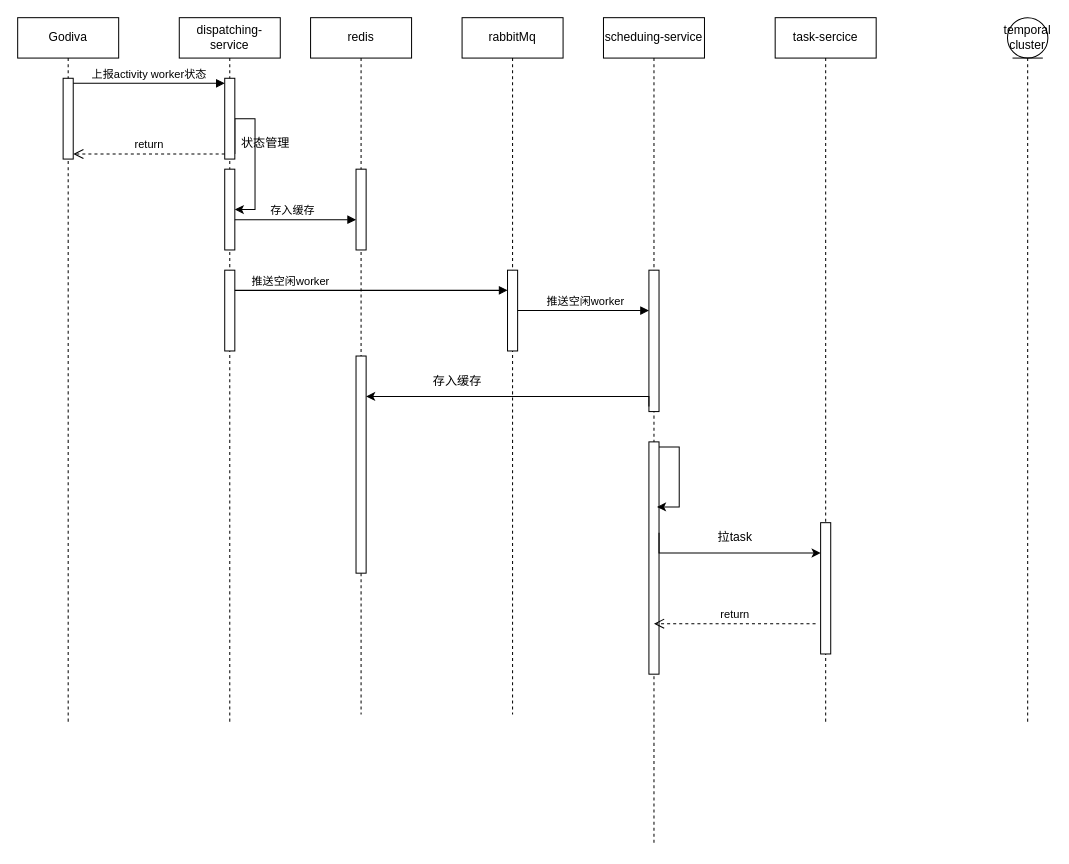
Above: 分布式任务下发.drawio in DSkyrim/draw (draw.io), before the change. Source tidied: cells renumbered, new cells numbered last; positions are measured from the earlier drawing's top-left corner, leaving out a move shared by most shapes. Both pictures are drawn from the tidied source at 101%, with x=0, y=0 at pixel (17, 17).
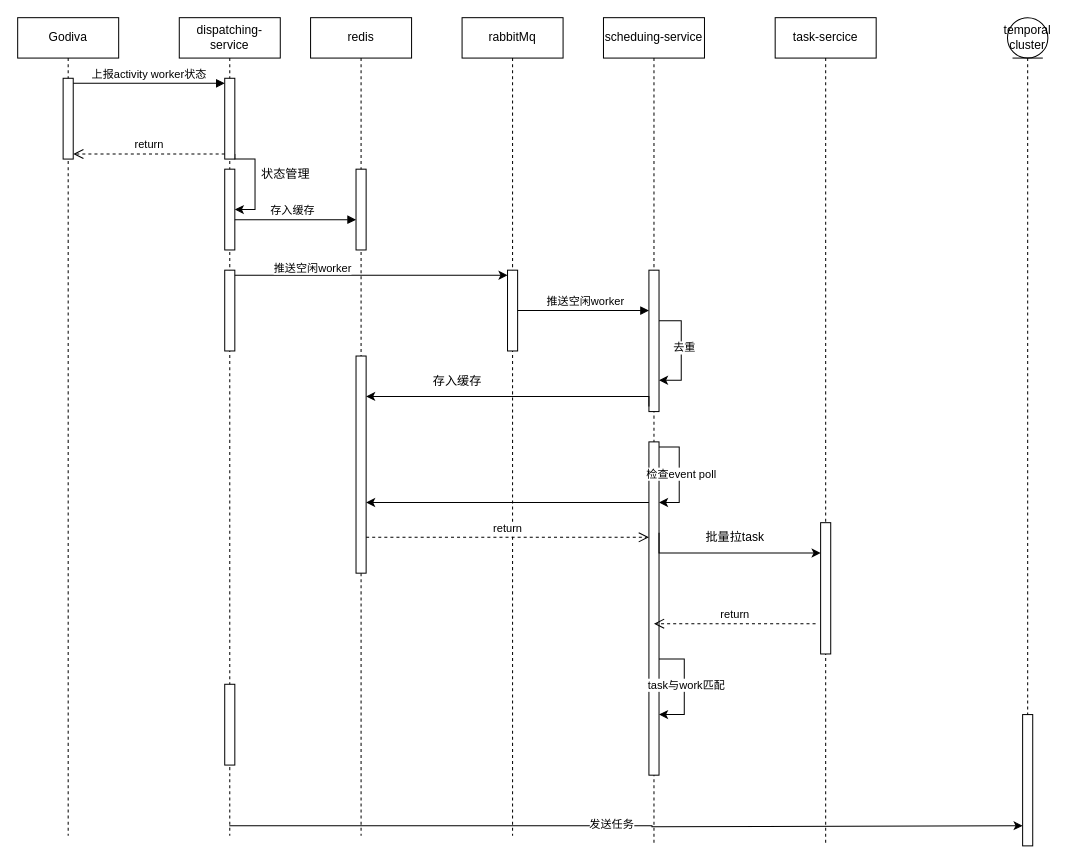
After the change.

Commit message:
更新分布式任务下发.drawio

The change refers to these unchanged cells:
```xml
<mxCell id="6" style="html=1;points=[[0,0,0,0,5],[0,1,0,0,-5],[1,0,0,0,5],[1,1,0,0,-5]];perimeter=orthogonalPerimeter;outlineConnect=0;targetShapes=umlLifeline;portConstraint=eastwest;newEdgeStyle={&quot;curved&quot;:0,&quot;rounded&quot;:0};" parent="4" vertex="1">
  <mxGeometry x="45" y="60" width="10" height="80" as="geometry" />
</mxCell>
<mxCell id="7" style="html=1;points=[[0,0,0,0,5],[0,1,0,0,-5],[1,0,0,0,5],[1,1,0,0,-5]];perimeter=orthogonalPerimeter;outlineConnect=0;targetShapes=umlLifeline;portConstraint=eastwest;newEdgeStyle={&quot;curved&quot;:0,&quot;rounded&quot;:0};" parent="4" vertex="1">
  <mxGeometry x="45" y="250" width="10" height="80" as="geometry" />
</mxCell>
<mxCell id="8" style="html=1;points=[[0,0,0,0,5],[0,1,0,0,-5],[1,0,0,0,5],[1,1,0,0,-5]];perimeter=orthogonalPerimeter;outlineConnect=0;targetShapes=umlLifeline;portConstraint=eastwest;newEdgeStyle={&quot;curved&quot;:0,&quot;rounded&quot;:0};" parent="4" vertex="1">
  <mxGeometry x="45" y="150" width="10" height="80" as="geometry" />
</mxCell>
<mxCell id="9" value="scheduing-service" style="shape=umlLifeline;perimeter=lifelinePerimeter;whiteSpace=wrap;html=1;newEdgeStyle={&quot;curved&quot;:0,&quot;rounded&quot;:0};" parent="1" vertex="1">
  <mxGeometry x="580" width="100" height="820" as="geometry" />
</mxCell>
<mxCell id="10" style="html=1;points=[[0,0,0,0,5],[0,1,0,0,-5],[1,0,0,0,5],[1,1,0,0,-5]];perimeter=orthogonalPerimeter;outlineConnect=0;targetShapes=umlLifeline;portConstraint=eastwest;newEdgeStyle={&quot;curved&quot;:0,&quot;rounded&quot;:0};" parent="9" vertex="1">
  <mxGeometry x="45" y="250" width="10" height="140" as="geometry" />
</mxCell>
<mxCell id="24" style="html=1;points=[[0,0,0,0,5],[0,1,0,0,-5],[1,0,0,0,5],[1,1,0,0,-5]];perimeter=orthogonalPerimeter;outlineConnect=0;targetShapes=umlLifeline;portConstraint=eastwest;newEdgeStyle={&quot;curved&quot;:0,&quot;rounded&quot;:0};" parent="23" vertex="1">
  <mxGeometry x="45" y="250" width="10" height="80" as="geometry" />
</mxCell>
```

Diff of the diagram source:
```diff
@@
     <mxCell id="2" value="Godiva" style="shape=umlLifeline;perimeter=lifelinePerimeter;whiteSpace=wrap;html=1;newEdgeStyle={&quot;curved&quot;:0,&quot;rounded&quot;:0};" parent="1" vertex="1">
-      <mxGeometry width="100" height="700" as="geometry" />
+      <mxGeometry width="100" height="810" as="geometry" />
     </mxCell>
@@
     <mxCell id="4" value="dispatching-service" style="shape=umlLifeline;perimeter=lifelinePerimeter;whiteSpace=wrap;html=1;outlineConnect=0;portConstraint=eastwest;newEdgeStyle={&quot;curved&quot;:0,&quot;rounded&quot;:0};" parent="1" vertex="1">
-      <mxGeometry x="160" width="100" height="700" as="geometry" />
+      <mxGeometry x="160" width="100" height="810" as="geometry" />
     </mxCell>
     <mxCell id="5" style="edgeStyle=orthogonalEdgeStyle;rounded=0;jettySize=auto;html=1;curved=0;exitX=1;exitY=1;exitDx=0;exitDy=-5;exitPerimeter=0;" parent="4" edge="1" source="6" target="8">
       <mxGeometry relative="1" as="geometry">
         <Array as="points">
-          <mxPoint x="55" y="100" />
-          <mxPoint x="75" y="100" />
+          <mxPoint x="55" y="140" />
+          <mxPoint x="75" y="140" />
           <mxPoint x="75" y="190" />
         </Array>
       </mxGeometry>
     </mxCell>
@@
+    <mxCell id="35" style="html=1;perimeter=orthogonalPerimeter;targetShapes=umlLifeline;newEdgeStyle={&quot;curved&quot;:0,&quot;rounded&quot;:0};" parent="4" vertex="1">
+      <mxGeometry x="45" y="660" width="10" height="80" as="geometry" />
+    </mxCell>
@@
     <mxCell id="11" style="html=1;points=[[0,0,0,0,5],[0,1,0,0,-5],[1,0,0,0,5],[1,1,0,0,-5]];perimeter=orthogonalPerimeter;outlineConnect=0;targetShapes=umlLifeline;portConstraint=eastwest;newEdgeStyle={&quot;curved&quot;:0,&quot;rounded&quot;:0};" parent="9" vertex="1">
-      <mxGeometry x="45" y="420" width="10" height="230" as="geometry" />
+      <mxGeometry x="45" y="420" width="10" height="330" as="geometry" />
     </mxCell>
-    <mxCell id="12" style="edgeStyle=orthogonalEdgeStyle;rounded=0;orthogonalLoop=1;jettySize=auto;html=1;curved=0;exitX=1;exitY=0;exitDx=0;exitDy=5;exitPerimeter=0;entryX=0.8;entryY=0.28;entryDx=0;entryDy=0;entryPerimeter=0;" parent="9" edge="1" source="11" target="11">
-      <mxGeometry relative="1" as="geometry" />
+    <mxCell id="12" style="edgeStyle=orthogonalEdgeStyle;rounded=0;orthogonalLoop=1;jettySize=auto;html=1;curved=0;" parent="9" edge="1" source="10" target="10">
+      <mxGeometry relative="1" as="geometry">
+        <Array as="points">
+          <mxPoint x="77" y="300" />
+          <mxPoint x="77" y="359" />
+        </Array>
+      </mxGeometry>
     </mxCell>
+    <mxCell id="36" value="去重" style="edgeLabel;html=1;align=center;verticalAlign=middle;" parent="12" vertex="1">
+      <mxGeometry x="-0.06" y="2" relative="1" as="geometry" />
+    </mxCell>
+    <mxCell id="37" style="edgeStyle=orthogonalEdgeStyle;rounded=0;orthogonalLoop=1;jettySize=auto;html=1;curved=0;exitX=1;exitY=0;exitDx=0;exitDy=5;exitPerimeter=0;" parent="9" edge="1" source="11" target="11">
+      <mxGeometry relative="1" as="geometry">
+        <Array as="points">
+          <mxPoint x="75" y="425" />
+          <mxPoint x="75" y="480" />
+        </Array>
+      </mxGeometry>
+    </mxCell>
+    <mxCell id="38" value="检查event poll" style="edgeLabel;html=1;align=center;verticalAlign=middle;" parent="37" vertex="1">
+      <mxGeometry x="-0.04" y="1" relative="1" as="geometry" />
+    </mxCell>
+    <mxCell id="39" style="edgeStyle=orthogonalEdgeStyle;rounded=0;orthogonalLoop=1;jettySize=auto;html=1;curved=0;" parent="9" edge="1" source="11" target="11">
+      <mxGeometry relative="1" as="geometry">
+        <Array as="points">
+          <mxPoint x="80" y="635" />
+          <mxPoint x="80" y="690" />
+        </Array>
+      </mxGeometry>
+    </mxCell>
+    <mxCell id="40" value="task与work匹配" style="edgeLabel;html=1;align=center;verticalAlign=middle;" parent="39" vertex="1">
+      <mxGeometry x="-0.04" y="1" relative="1" as="geometry" />
+    </mxCell>
     <mxCell id="13" value="task-sercice" style="shape=umlLifeline;perimeter=lifelinePerimeter;whiteSpace=wrap;html=1;newEdgeStyle={&quot;curved&quot;:0,&quot;rounded&quot;:0};" parent="1" vertex="1">
-      <mxGeometry x="750" width="100" height="700" as="geometry" />
+      <mxGeometry x="750" width="100" height="820" as="geometry" />
     </mxCell>
@@
     <mxCell id="15" value="temporal cluster" style="shape=umlLifeline;perimeter=lifelinePerimeter;whiteSpace=wrap;html=1;newEdgeStyle={&quot;curved&quot;:0,&quot;rounded&quot;:0};participant=umlEntity;" parent="1" vertex="1">
-      <mxGeometry x="980" width="40" height="700" as="geometry" />
+      <mxGeometry x="980" width="40" height="820" as="geometry" />
     </mxCell>
+    <mxCell id="41" style="html=1;perimeter=orthogonalPerimeter;targetShapes=umlLifeline;newEdgeStyle={&quot;curved&quot;:0,&quot;rounded&quot;:0};" parent="15" vertex="1">
+      <mxGeometry x="15" y="690" width="10" height="130" as="geometry" />
+    </mxCell>
     <mxCell id="16" value="redis" style="shape=umlLifeline;perimeter=lifelinePerimeter;whiteSpace=wrap;html=1;newEdgeStyle={&quot;curved&quot;:0,&quot;rounded&quot;:0};" parent="1" vertex="1">
-      <mxGeometry x="290" width="100" height="690" as="geometry" />
+      <mxGeometry x="290" width="100" height="810" as="geometry" />
     </mxCell>
@@
     <mxCell id="23" value="rabbitMq" style="shape=umlLifeline;perimeter=lifelinePerimeter;whiteSpace=wrap;html=1;newEdgeStyle={&quot;curved&quot;:0,&quot;rounded&quot;:0};" parent="1" vertex="1">
-      <mxGeometry x="440" width="100" height="690" as="geometry" />
+      <mxGeometry x="440" width="100" height="810" as="geometry" />
     </mxCell>
@@
-    <mxCell id="25" style="html=1;verticalAlign=bottom;endArrow=block;curved=0;rounded=0;" parent="1" edge="1" source="7" target="24">
-      <mxGeometry relative="1" as="geometry">
-        <Array as="points">
-          <mxPoint x="360" y="270" />
-        </Array>
-      </mxGeometry>
-    </mxCell>
-    <mxCell id="26" value="推送空闲worker" style="edgeLabel;html=1;align=center;verticalAlign=middle;" parent="25" vertex="1">
-      <mxGeometry x="-0.22" y="3" relative="1" as="geometry">
-        <mxPoint x="-51" y="-7" as="offset" />
-      </mxGeometry>
-    </mxCell>
@@
     <mxCell id="29" value="状态管理" style="text;html=1;align=center;verticalAlign=middle;strokeColor=none;fillColor=none;" parent="1" vertex="1">
-      <mxGeometry x="210" y="110" width="70" height="30" as="geometry" />
+      <mxGeometry x="230" y="140" width="70" height="30" as="geometry" />
     </mxCell>
@@
-    <mxCell id="33" value="拉task" style="text;html=1;align=center;verticalAlign=middle;strokeColor=none;fillColor=none;" parent="1" vertex="1">
-      <mxGeometry x="680" y="500" width="60" height="30" as="geometry" />
+    <mxCell id="33" value="批量拉task" style="text;html=1;align=center;verticalAlign=middle;strokeColor=none;fillColor=none;" parent="1" vertex="1">
+      <mxGeometry x="670" y="500" width="80" height="30" as="geometry" />
     </mxCell>
@@
+    <mxCell id="25" style="edgeStyle=orthogonalEdgeStyle;rounded=0;jettySize=auto;html=1;curved=0;exitX=1;exitY=0;exitDx=0;exitDy=5;exitPerimeter=0;entryX=0;entryY=0;entryDx=0;entryDy=5;entryPerimeter=0;" parent="1" edge="1" source="7" target="24">
+      <mxGeometry relative="1" as="geometry" />
+    </mxCell>
+    <mxCell id="26" value="推送空闲worker" style="edgeLabel;html=1;align=center;verticalAlign=middle;" parent="25" vertex="1">
+      <mxGeometry x="-0.44" y="8" relative="1" as="geometry" />
+    </mxCell>
+    <mxCell id="42" style="edgeStyle=orthogonalEdgeStyle;rounded=0;orthogonalLoop=1;jettySize=auto;html=1;curved=0;" parent="1" edge="1">
+      <mxGeometry relative="1" as="geometry">
+        <mxPoint x="625" y="480" as="sourcePoint" />
+        <mxPoint x="345" y="480" as="targetPoint" />
+        <Array as="points">
+          <mxPoint x="550" y="480" />
+          <mxPoint x="550" y="480" />
+        </Array>
+      </mxGeometry>
+    </mxCell>
+    <mxCell id="43" value="return" style="html=1;verticalAlign=bottom;endArrow=open;dashed=1;endSize=8;curved=0;rounded=0;" parent="1" edge="1">
+      <mxGeometry relative="1" as="geometry">
+        <mxPoint x="345" y="514.5" as="sourcePoint" />
+        <mxPoint x="625" y="514.5" as="targetPoint" />
+      </mxGeometry>
+    </mxCell>
+    <mxCell id="44" style="edgeStyle=orthogonalEdgeStyle;rounded=0;jettySize=auto;html=1;curved=0;" parent="1" edge="1" source="4">
+      <mxGeometry relative="1" as="geometry">
+        <mxPoint x="995" y="800" as="targetPoint" />
+        <Array as="points">
+          <mxPoint x="628" y="800" />
+          <mxPoint x="628" y="801" />
+        </Array>
+      </mxGeometry>
+    </mxCell>
+    <mxCell id="45" value="发送任务" style="edgeLabel;html=1;align=center;verticalAlign=middle;" parent="44" vertex="1">
+      <mxGeometry x="-0.04" y="2" relative="1" as="geometry" />
+    </mxCell>
```
